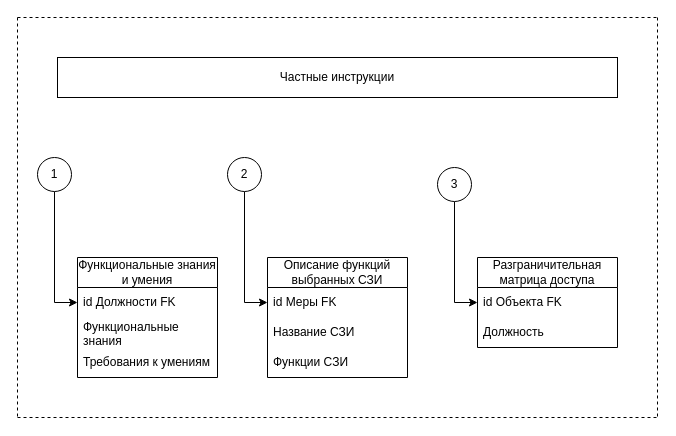
Above: Частные инструкции.drawio in SmirnovBogdan8/Diplom (draw.io), before the change. Source tidied: cells renumbered, new cells numbered last; positions are measured from the earlier drawing's top-left corner, leaving out a move shared by most shapes. Both pictures are drawn from the tidied source at 100%, with x=0, y=0 at pixel (17, 17).
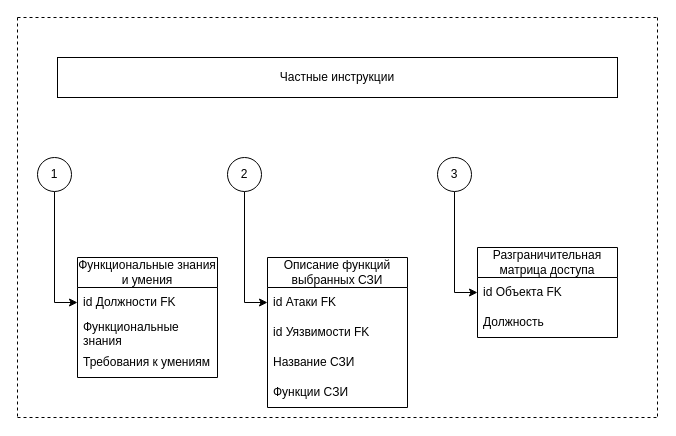
After the change.

Change to the diagram source:
```diff
@@
     <mxCell id="11" value="Описание функций выбранных СЗИ" style="swimlane;fontStyle=0;horizontal=1;startSize=30;whiteSpace=wrap;html=1;" parent="1" vertex="1">
-      <mxGeometry x="250" y="240" width="140" height="120" as="geometry" />
+      <mxGeometry x="250" y="240" width="140" height="150" as="geometry" />
     </mxCell>
-    <mxCell id="12" value="id Меры FK" style="text;strokeColor=none;fillColor=none;align=left;verticalAlign=middle;spacingLeft=4;spacingRight=4;overflow=hidden;points=[[0,0.5],[1,0.5]];portConstraint=eastwest;whiteSpace=wrap;html=1;" parent="11" vertex="1">
+    <mxCell id="12" value="id Атаки FK" style="text;strokeColor=none;fillColor=none;align=left;verticalAlign=middle;spacingLeft=4;spacingRight=4;overflow=hidden;points=[[0,0.5],[1,0.5]];portConstraint=eastwest;whiteSpace=wrap;html=1;" parent="11" vertex="1">
       <mxGeometry y="30" width="140" height="30" as="geometry" />
     </mxCell>
-    <mxCell id="13" value="Название СЗИ" style="text;strokeColor=none;fillColor=none;align=left;verticalAlign=middle;spacingLeft=4;spacingRight=4;overflow=hidden;whiteSpace=wrap;html=1;" parent="11" vertex="1">
+    <mxCell id="13" value="id Уязвимости FK" style="text;strokeColor=none;fillColor=none;align=left;verticalAlign=middle;spacingLeft=4;spacingRight=4;overflow=hidden;whiteSpace=wrap;html=1;" parent="11" vertex="1">
       <mxGeometry y="60" width="140" height="30" as="geometry" />
     </mxCell>
-    <mxCell id="14" value="Функции СЗИ" style="text;strokeColor=none;fillColor=none;align=left;verticalAlign=middle;spacingLeft=4;spacingRight=4;overflow=hidden;whiteSpace=wrap;html=1;" parent="11" vertex="1">
+    <mxCell id="14" value="Название СЗИ" style="text;strokeColor=none;fillColor=none;align=left;verticalAlign=middle;spacingLeft=4;spacingRight=4;overflow=hidden;whiteSpace=wrap;html=1;" parent="11" vertex="1">
       <mxGeometry y="90" width="140" height="30" as="geometry" />
     </mxCell>
+    <mxCell id="24" value="Функции СЗИ" style="text;strokeColor=none;fillColor=none;align=left;verticalAlign=middle;spacingLeft=4;spacingRight=4;overflow=hidden;whiteSpace=wrap;html=1;" parent="11" vertex="1">
+      <mxGeometry y="120" width="140" height="30" as="geometry" />
+    </mxCell>
     <mxCell id="15" value="Разграничительная матрица доступа" style="swimlane;fontStyle=0;horizontal=1;startSize=30;whiteSpace=wrap;html=1;" parent="1" vertex="1">
-      <mxGeometry x="460" y="240" width="140" height="90" as="geometry" />
+      <mxGeometry x="460" y="230" width="140" height="90" as="geometry" />
     </mxCell>
@@
     <mxCell id="19" value="3" style="ellipse;whiteSpace=wrap;html=1;" parent="1" vertex="1">
-      <mxGeometry x="420" y="150" width="34" height="34" as="geometry" />
+      <mxGeometry x="420" y="140" width="34" height="34" as="geometry" />
     </mxCell>
```
